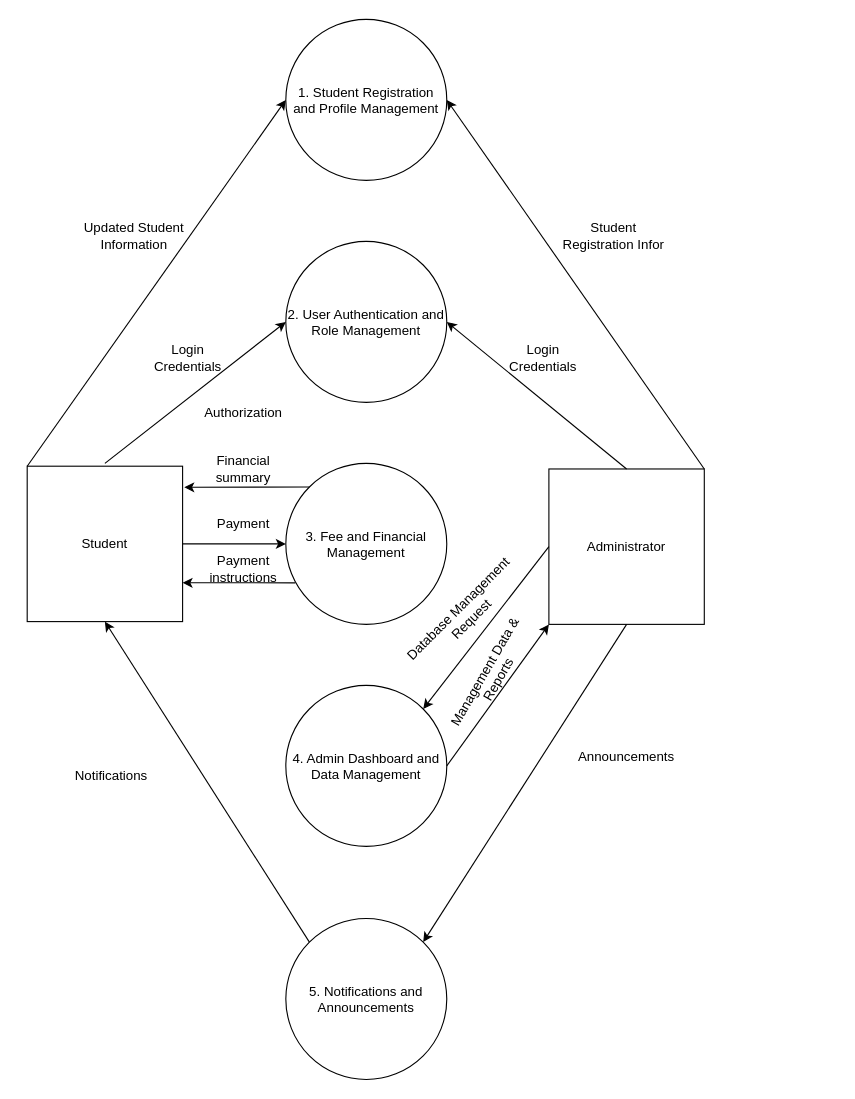
Above: documents/draw.io/DFD_Lv1.drawio in zombieTDV/Student-Management-System (draw.io), before the change. Source tidied: cells renumbered, new cells numbered last; positions are measured from the earlier drawing's top-left corner, leaving out a move shared by most shapes. Both pictures are drawn from the tidied source at 111%, with x=0, y=0 at pixel (27, 19).
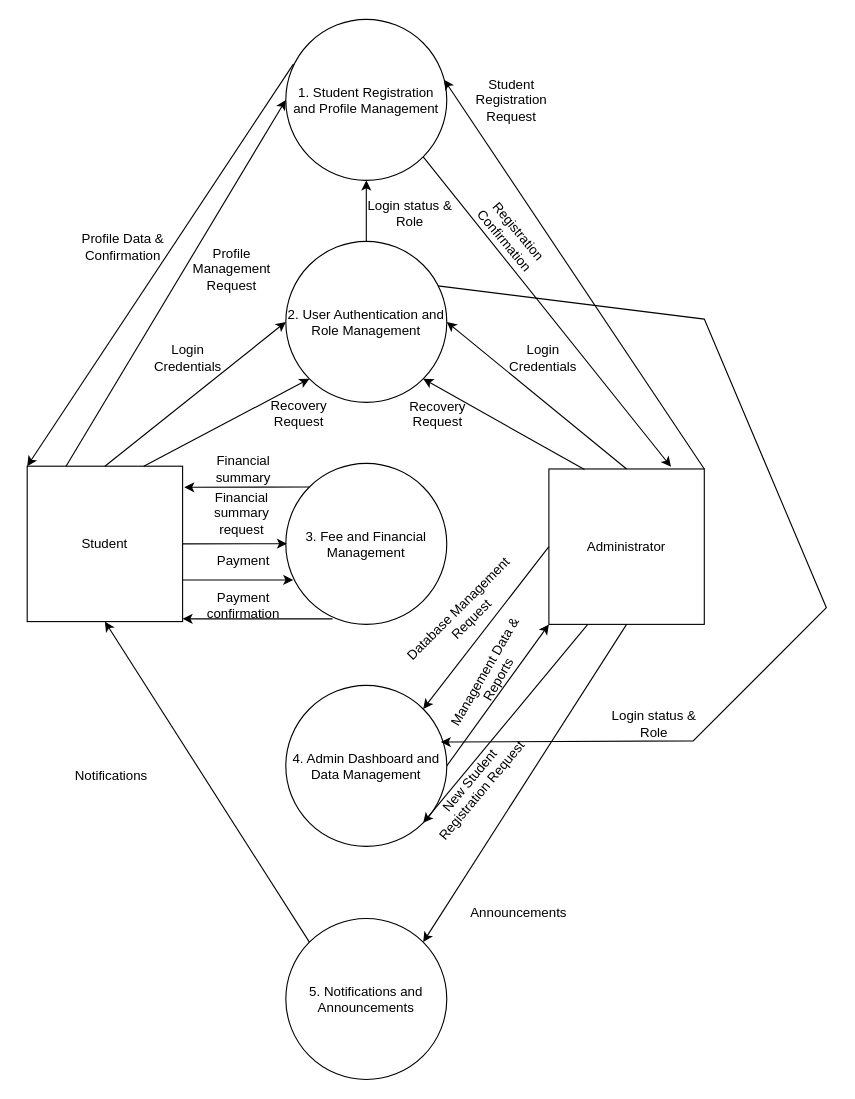
After the change.

Unchanged cells that the change refers to:
```xml
<mxCell id="2" value="1. Student Registration and Profile Management" style="ellipse;whiteSpace=wrap;html=1;" parent="1" vertex="1">
  <mxGeometry x="233" width="145" height="145" as="geometry" />
</mxCell>
<mxCell id="3" value="2. User Authentication and Role Management" style="ellipse;whiteSpace=wrap;html=1;" parent="1" vertex="1">
  <mxGeometry x="233" y="200" width="145" height="145" as="geometry" />
</mxCell>
<mxCell id="4" value="3. Fee and Financial Management" style="ellipse;whiteSpace=wrap;html=1;" parent="1" vertex="1">
  <mxGeometry x="233" y="400" width="145" height="145" as="geometry" />
</mxCell>
<mxCell id="5" value="4. Admin Dashboard and Data Management" style="ellipse;whiteSpace=wrap;html=1;" parent="1" vertex="1">
  <mxGeometry x="233" y="600" width="145" height="145" as="geometry" />
</mxCell>
<mxCell id="7" value="&lt;div&gt;Student&lt;/div&gt;" style="whiteSpace=wrap;html=1;" parent="1" vertex="1">
  <mxGeometry y="402.5" width="140" height="140" as="geometry" />
</mxCell>
<mxCell id="8" value="Administrator" style="whiteSpace=wrap;html=1;" parent="1" vertex="1">
  <mxGeometry x="470" y="405" width="140" height="140" as="geometry" />
</mxCell>
```

Change to the diagram source:
```diff
@@
+    <mxCell id="32" style="edgeStyle=orthogonalEdgeStyle;rounded=0;jettySize=auto;html=1;" parent="1" edge="1" source="3" target="2">
+      <mxGeometry relative="1" as="geometry" />
+    </mxCell>
@@
-    <mxCell id="10" style="endArrow=classic;html=1;rounded=0;exitX=1;exitY=0.5;exitDx=0;exitDy=0;entryX=0;entryY=0.5;entryDx=0;entryDy=0;" parent="1" edge="1" source="7" target="4">
-      <mxGeometry relative="1" as="geometry" />
+    <mxCell id="10" style="endArrow=classic;html=1;rounded=0;exitX=1;exitY=0.5;exitDx=0;exitDy=0;entryX=0.046;entryY=0.724;entryDx=0;entryDy=0;entryPerimeter=0;" parent="1" edge="1" target="4">
+      <mxGeometry relative="1" as="geometry">
+        <mxPoint x="140" y="505" as="sourcePoint" />
+      </mxGeometry>
     </mxCell>
-    <mxCell id="11" style="endArrow=classic;html=1;rounded=0;exitX=0.059;exitY=0.742;exitDx=0;exitDy=0;entryX=1;entryY=0.75;entryDx=0;entryDy=0;exitPerimeter=0;" parent="1" edge="1" source="4" target="7">
-      <mxGeometry relative="1" as="geometry" />
+    <mxCell id="11" style="endArrow=classic;html=1;rounded=0;exitX=0.29;exitY=0.966;exitDx=0;exitDy=0;entryX=1;entryY=0.75;entryDx=0;entryDy=0;exitPerimeter=0;" parent="1" edge="1" source="4">
+      <mxGeometry relative="1" as="geometry">
+        <mxPoint x="140" y="540" as="targetPoint" />
+      </mxGeometry>
     </mxCell>
-    <mxCell id="12" value="Financial summary" style="text;html=1;whiteSpace=wrap;strokeColor=none;fillColor=none;align=center;verticalAlign=middle;rounded=0;rotation=0;" parent="1" vertex="1">
-      <mxGeometry x="150" y="390" width="90" height="30" as="geometry" />
+    <mxCell id="12" value="Financial summary request" style="text;html=1;whiteSpace=wrap;strokeColor=none;fillColor=none;align=center;verticalAlign=middle;rounded=0;rotation=0;" parent="1" vertex="1">
+      <mxGeometry x="147" y="430" width="93" height="30" as="geometry" />
     </mxCell>
     <mxCell id="13" value="Payment" style="text;html=1;whiteSpace=wrap;strokeColor=none;fillColor=none;align=center;verticalAlign=middle;rounded=0;rotation=0;" parent="1" vertex="1">
-      <mxGeometry x="145" y="440" width="100" height="30" as="geometry" />
+      <mxGeometry x="145" y="472.5" width="100" height="30" as="geometry" />
     </mxCell>
-    <mxCell id="14" value="Payment instructions" style="text;html=1;whiteSpace=wrap;strokeColor=none;fillColor=none;align=center;verticalAlign=middle;rounded=0;rotation=0;" parent="1" vertex="1">
-      <mxGeometry x="160" y="480" width="70" height="30" as="geometry" />
+    <mxCell id="14" value="Payment confirmation" style="text;html=1;whiteSpace=wrap;strokeColor=none;fillColor=none;align=center;verticalAlign=middle;rounded=0;rotation=0;" parent="1" vertex="1">
+      <mxGeometry x="160" y="512.5" width="70" height="30" as="geometry" />
     </mxCell>
@@
     <mxCell id="18" value="Announcements" style="text;html=1;whiteSpace=wrap;strokeColor=none;fillColor=none;align=center;verticalAlign=middle;rounded=0;rotation=0;" parent="1" vertex="1">
-      <mxGeometry x="475" y="650" width="130" height="30" as="geometry" />
+      <mxGeometry x="378" y="790" width="130" height="30" as="geometry" />
     </mxCell>
-    <mxCell id="19" value="Authorization" style="text;html=1;whiteSpace=wrap;strokeColor=none;fillColor=none;align=center;verticalAlign=middle;rounded=0;rotation=0;" parent="1" vertex="1">
-      <mxGeometry x="160" y="340" width="70" height="30" as="geometry" />
-    </mxCell>
-    <mxCell id="20" value="Login Credentials" style="text;html=1;whiteSpace=wrap;strokeColor=none;fillColor=none;align=center;verticalAlign=middle;rounded=0;rotation=0;" parent="1" vertex="1">
-      <mxGeometry x="110" y="290" width="70" height="30" as="geometry" />
+    <mxCell id="20" value="Recovery Request" style="text;html=1;whiteSpace=wrap;strokeColor=none;fillColor=none;align=center;verticalAlign=middle;rounded=0;rotation=0;" parent="1" vertex="1">
+      <mxGeometry x="210" y="340" width="70" height="30" as="geometry" />
     </mxCell>
-    <mxCell id="21" style="endArrow=classic;html=1;rounded=0;entryX=0;entryY=0.5;entryDx=0;entryDy=0;" parent="1" edge="1" target="3">
-      <mxGeometry relative="1" as="geometry">
-        <mxPoint x="70" y="400" as="sourcePoint" />
-      </mxGeometry>
+    <mxCell id="21" style="endArrow=classic;html=1;rounded=0;entryX=0;entryY=0.5;entryDx=0;entryDy=0;exitX=0.5;exitY=0;exitDx=0;exitDy=0;" parent="1" edge="1" source="7" target="3">
+      <mxGeometry relative="1" as="geometry" />
     </mxCell>
@@
-    <mxCell id="24" style="endArrow=classic;html=1;rounded=0;entryX=0;entryY=0.5;entryDx=0;entryDy=0;" parent="1" edge="1" target="2">
-      <mxGeometry relative="1" as="geometry">
-        <mxPoint y="402.5" as="sourcePoint" />
-      </mxGeometry>
-    </mxCell>
-    <mxCell id="25" style="endArrow=classic;html=1;rounded=0;entryX=1;entryY=0.5;entryDx=0;entryDy=0;exitX=1;exitY=0;exitDx=0;exitDy=0;" parent="1" edge="1" source="8" target="2">
+    <mxCell id="25" style="endArrow=classic;html=1;rounded=0;entryX=0.983;entryY=0.374;entryDx=0;entryDy=0;exitX=1;exitY=0;exitDx=0;exitDy=0;entryPerimeter=0;" parent="1" edge="1" source="8" target="2">
       <mxGeometry relative="1" as="geometry" />
     </mxCell>
-    <mxCell id="26" value="Updated Student Information" style="text;html=1;whiteSpace=wrap;strokeColor=none;fillColor=none;align=center;verticalAlign=middle;rounded=0;rotation=0;" parent="1" vertex="1">
-      <mxGeometry x="43" y="180" width="107" height="30" as="geometry" />
-    </mxCell>
-    <mxCell id="27" value="Student Registration Infor" style="text;html=1;whiteSpace=wrap;strokeColor=none;fillColor=none;align=center;verticalAlign=middle;rounded=0;rotation=0;" parent="1" vertex="1">
-      <mxGeometry x="475" y="180" width="107" height="30" as="geometry" />
+    <mxCell id="27" value="Student Registration Request" style="text;html=1;whiteSpace=wrap;strokeColor=none;fillColor=none;align=center;verticalAlign=middle;rounded=0;rotation=0;" parent="1" vertex="1">
+      <mxGeometry x="383" y="57.5" width="107" height="30" as="geometry" />
     </mxCell>
@@
+    <mxCell id="33" style="endArrow=classic;html=1;rounded=0;entryX=0;entryY=1;entryDx=0;entryDy=0;exitX=0.75;exitY=0;exitDx=0;exitDy=0;" parent="1" edge="1" source="7" target="3">
+      <mxGeometry relative="1" as="geometry" />
+    </mxCell>
+    <mxCell id="34" style="endArrow=classic;html=1;rounded=0;entryX=1;entryY=1;entryDx=0;entryDy=0;exitX=0.229;exitY=0.004;exitDx=0;exitDy=0;exitPerimeter=0;" parent="1" edge="1" source="8" target="3">
+      <mxGeometry relative="1" as="geometry" />
+    </mxCell>
+    <mxCell id="35" value="Login Credentials" style="text;html=1;whiteSpace=wrap;strokeColor=none;fillColor=none;align=center;verticalAlign=middle;rounded=0;rotation=0;" parent="1" vertex="1">
+      <mxGeometry x="110" y="290" width="70" height="30" as="geometry" />
+    </mxCell>
+    <mxCell id="36" value="&lt;div align=&quot;center&quot;&gt;Recovery Request&lt;/div&gt;" style="text;whiteSpace=wrap;html=1;align=center;" parent="1" vertex="1">
+      <mxGeometry x="340" y="335" width="60" height="40" as="geometry" />
+    </mxCell>
+    <mxCell id="37" style="endArrow=classic;html=1;rounded=0;entryX=0.963;entryY=0.352;entryDx=0;entryDy=0;entryPerimeter=0;" parent="1" edge="1" target="5">
+      <mxGeometry relative="1" as="geometry">
+        <mxPoint x="370" y="240" as="sourcePoint" />
+        <Array as="points">
+          <mxPoint x="610" y="270" />
+          <mxPoint x="720" y="530" />
+          <mxPoint x="600" y="650" />
+        </Array>
+      </mxGeometry>
+    </mxCell>
+    <mxCell id="38" value="Login status &amp;amp; Role" style="text;html=1;whiteSpace=wrap;strokeColor=none;fillColor=none;align=center;verticalAlign=middle;rounded=0;" parent="1" vertex="1">
+      <mxGeometry x="300" y="160" width="90" height="30" as="geometry" />
+    </mxCell>
+    <mxCell id="39" value="Login status &amp;amp; Role" style="text;html=1;whiteSpace=wrap;strokeColor=none;fillColor=none;align=center;verticalAlign=middle;rounded=0;" parent="1" vertex="1">
+      <mxGeometry x="520" y="620" width="90" height="30" as="geometry" />
+    </mxCell>
+    <mxCell id="40" style="endArrow=classic;html=1;rounded=0;entryX=1;entryY=1;entryDx=0;entryDy=0;exitX=0.25;exitY=1;exitDx=0;exitDy=0;" parent="1" edge="1" source="8" target="5">
+      <mxGeometry relative="1" as="geometry" />
+    </mxCell>
+    <mxCell id="41" value="&lt;div&gt;New Student Registration Request&lt;/div&gt;&lt;div&gt;&lt;br&gt;&lt;/div&gt;" style="text;html=1;whiteSpace=wrap;strokeColor=none;fillColor=none;align=center;verticalAlign=middle;rounded=0;rotation=-50;" parent="1" vertex="1">
+      <mxGeometry x="345" y="680" width="130" height="30" as="geometry" />
+    </mxCell>
+    <mxCell id="42" style="endArrow=classic;html=1;rounded=0;exitX=1;exitY=0.5;exitDx=0;exitDy=0;entryX=0.89;entryY=-0.006;entryDx=0;entryDy=0;entryPerimeter=0;" parent="1" edge="1" source="7" target="13">
+      <mxGeometry relative="1" as="geometry" />
+    </mxCell>
+    <mxCell id="43" value="Financial summary" style="text;html=1;whiteSpace=wrap;strokeColor=none;fillColor=none;align=center;verticalAlign=middle;rounded=0;rotation=0;" parent="1" vertex="1">
+      <mxGeometry x="150" y="390" width="90" height="30" as="geometry" />
+    </mxCell>
+    <mxCell id="44" style="endArrow=classic;html=1;rounded=0;exitX=1;exitY=1;exitDx=0;exitDy=0;" parent="1" edge="1" source="2">
+      <mxGeometry relative="1" as="geometry">
+        <mxPoint x="580" y="403" as="targetPoint" />
+      </mxGeometry>
+    </mxCell>
+    <mxCell id="45" value="&amp;nbsp;Registration Confirmation" style="text;html=1;whiteSpace=wrap;strokeColor=none;fillColor=none;align=center;verticalAlign=middle;rounded=0;rotation=50;" parent="1" vertex="1">
+      <mxGeometry x="414.4" y="180" width="44.2" height="30" as="geometry" />
+    </mxCell>
+    <mxCell id="46" style="endArrow=classic;html=1;rounded=0;entryX=0;entryY=0.5;entryDx=0;entryDy=0;exitX=0.25;exitY=0;exitDx=0;exitDy=0;" parent="1" edge="1" source="7" target="2">
+      <mxGeometry relative="1" as="geometry" />
+    </mxCell>
+    <mxCell id="47" value="Profile Management Request" style="text;html=1;whiteSpace=wrap;strokeColor=none;fillColor=none;align=center;verticalAlign=middle;rounded=0;rotation=0;" parent="1" vertex="1">
+      <mxGeometry x="131" y="210" width="107" height="30" as="geometry" />
+    </mxCell>
+    <mxCell id="48" style="endArrow=classic;html=1;rounded=0;entryX=0;entryY=0;entryDx=0;entryDy=0;exitX=0.048;exitY=0.276;exitDx=0;exitDy=0;exitPerimeter=0;" parent="1" edge="1" source="2" target="7">
+      <mxGeometry relative="1" as="geometry" />
+    </mxCell>
+    <mxCell id="49" value="Profile Data &amp;amp; Confirmation" style="text;html=1;whiteSpace=wrap;strokeColor=none;fillColor=none;align=center;verticalAlign=middle;rounded=0;rotation=0;" parent="1" vertex="1">
+      <mxGeometry x="33" y="190" width="107" height="30" as="geometry" />
+    </mxCell>
```
